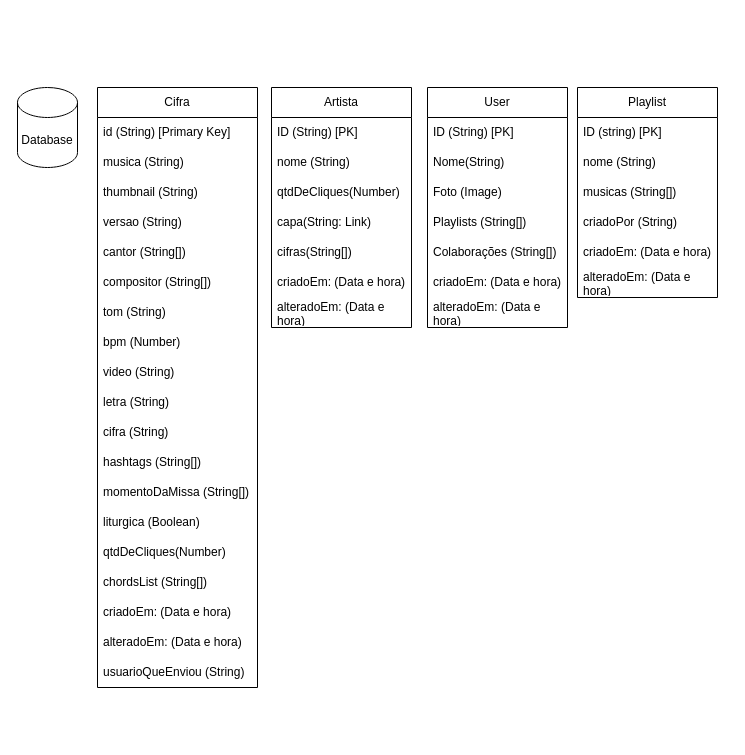
This is MissaCifras.drawio from mauriciomira1/MissaCifras, a draw.io file, before an edit. Source tidied: cells renumbered, new cells numbered last; positions are measured from the earlier drawing's top-left corner, leaving out a move shared by most shapes. Both pictures are drawn from the tidied source at 100%, with x=0, y=0 at pixel (17, 87).
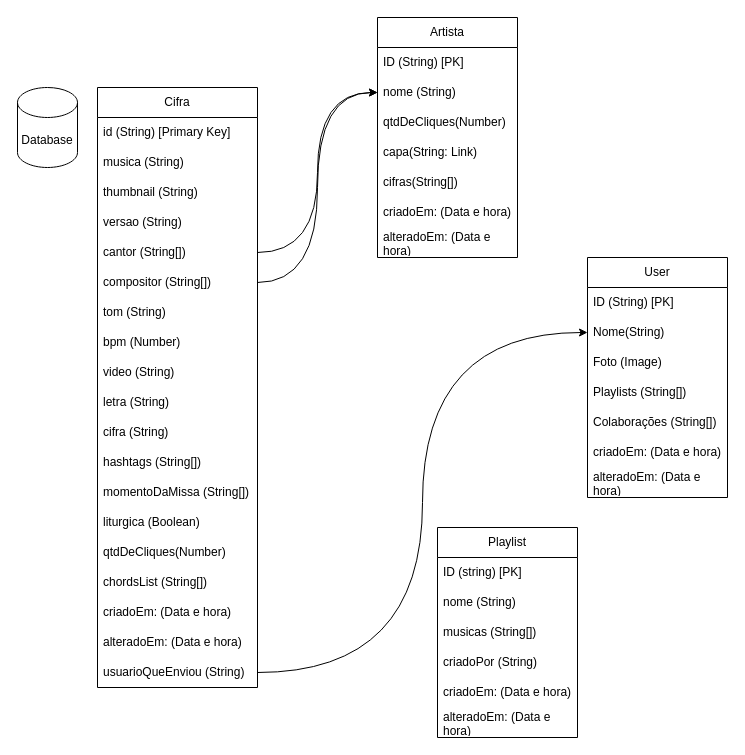
The same page after the edit.

Unchanged cells that the change refers to:
```xml
<mxCell id="7" value="cantor (String[])" style="text;strokeColor=none;fillColor=none;align=left;verticalAlign=middle;spacingLeft=4;spacingRight=4;overflow=hidden;points=[[0,0.5],[1,0.5]];portConstraint=eastwest;whiteSpace=wrap;html=1;" parent="2" vertex="1">
  <mxGeometry y="150" width="160" height="30" as="geometry" />
</mxCell>
<mxCell id="8" value="compositor (String[])" style="text;strokeColor=none;fillColor=none;align=left;verticalAlign=middle;spacingLeft=4;spacingRight=4;overflow=hidden;points=[[0,0.5],[1,0.5]];portConstraint=eastwest;whiteSpace=wrap;html=1;" parent="2" vertex="1">
  <mxGeometry y="180" width="160" height="30" as="geometry" />
</mxCell>
<mxCell id="21" value="usuarioQueEnviou (String)" style="text;strokeColor=none;fillColor=none;align=left;verticalAlign=middle;spacingLeft=4;spacingRight=4;overflow=hidden;points=[[0,0.5],[1,0.5]];portConstraint=eastwest;whiteSpace=wrap;html=1;" parent="2" vertex="1">
  <mxGeometry y="570" width="160" height="30" as="geometry" />
</mxCell>
<mxCell id="25" value="nome (String)" style="text;strokeColor=none;fillColor=none;align=left;verticalAlign=middle;spacingLeft=4;spacingRight=4;overflow=hidden;points=[[0,0.5],[1,0.5]];portConstraint=eastwest;whiteSpace=wrap;html=1;" parent="23" vertex="1">
  <mxGeometry y="60" width="140" height="30" as="geometry" />
</mxCell>
<mxCell id="33" value="Nome(String)" style="text;strokeColor=none;fillColor=none;align=left;verticalAlign=middle;spacingLeft=4;spacingRight=4;overflow=hidden;points=[[0,0.5],[1,0.5]];portConstraint=eastwest;whiteSpace=wrap;html=1;" parent="31" vertex="1">
  <mxGeometry y="60" width="140" height="30" as="geometry" />
</mxCell>
```

What changed in the source:
```diff
@@
     <mxCell id="23" value="Artista" style="swimlane;fontStyle=0;horizontal=1;startSize=30;whiteSpace=wrap;html=1;" parent="1" vertex="1">
-      <mxGeometry x="254" width="140" height="240" as="geometry" />
+      <mxGeometry x="360" y="-70" width="140" height="240" as="geometry" />
     </mxCell>
@@
     <mxCell id="31" value="User" style="swimlane;fontStyle=0;horizontal=1;startSize=30;whiteSpace=wrap;html=1;" parent="1" vertex="1">
-      <mxGeometry x="410" width="140" height="240" as="geometry" />
+      <mxGeometry x="570" y="170" width="140" height="240" as="geometry" />
     </mxCell>
@@
     <mxCell id="39" value="Playlist" style="swimlane;fontStyle=0;horizontal=1;startSize=30;whiteSpace=wrap;html=1;" parent="1" vertex="1">
-      <mxGeometry x="560" width="140" height="210" as="geometry" />
+      <mxGeometry x="420" y="440" width="140" height="210" as="geometry" />
     </mxCell>
@@
+    <mxCell id="46" style="edgeStyle=orthogonalEdgeStyle;curved=1;html=1;exitX=1;exitY=0.5;exitDx=0;exitDy=0;entryX=0;entryY=0.5;entryDx=0;entryDy=0;" parent="1" edge="1" source="21" target="33">
+      <mxGeometry relative="1" as="geometry" />
+    </mxCell>
+    <mxCell id="47" style="edgeStyle=orthogonalEdgeStyle;curved=1;html=1;exitX=1;exitY=0.5;exitDx=0;exitDy=0;entryX=0;entryY=0.5;entryDx=0;entryDy=0;" parent="1" edge="1" source="7" target="25">
+      <mxGeometry relative="1" as="geometry" />
+    </mxCell>
+    <mxCell id="48" style="edgeStyle=orthogonalEdgeStyle;curved=1;html=1;exitX=1;exitY=0.5;exitDx=0;exitDy=0;" parent="1" edge="1" source="8" target="25">
+      <mxGeometry relative="1" as="geometry" />
+    </mxCell>
```
